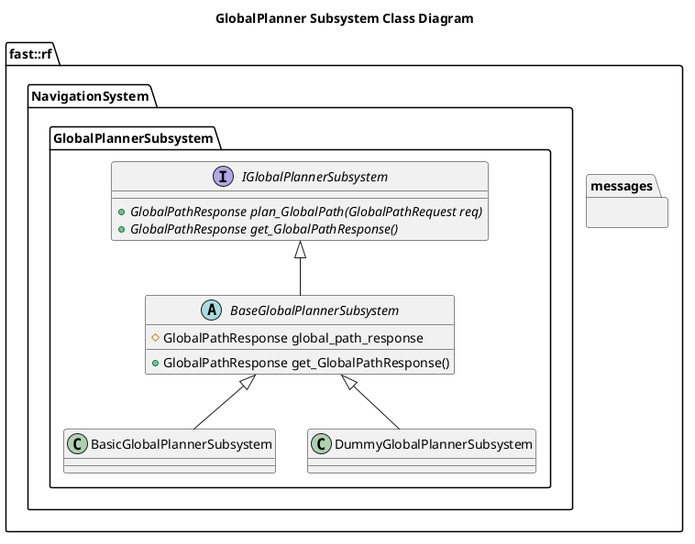
This is Systems/Navigation/Subsystems/GlobalPlanner/doc/puml/GlobalPlannerSubsystemClassDiagram.png from fastrobotics/robot_framework, a PlantUML export, as it was before one commit. Its diagram source:
```plantuml
@startuml
title GlobalPlanner Subsystem Class Diagram
namespace fast::rf {
  namespace messages {

  }
  namespace NavigationSystem {
    namespace GlobalPlannerSubsystem {
      interface IGlobalPlannerSubsystem {
        +{abstract} GlobalPathResponse plan_GlobalPath(GlobalPathRequest req)
        +{abstract} GlobalPathResponse get_GlobalPathResponse()

      }
      abstract BaseGlobalPlannerSubsystem {
        +GlobalPathResponse get_GlobalPathResponse()
        #GlobalPathResponse global_path_response

      }
      BaseGlobalPlannerSubsystem -up-|> IGlobalPlannerSubsystem
      class BasicGlobalPlannerSubsystem {

      }
      BasicGlobalPlannerSubsystem -up-|> BaseGlobalPlannerSubsystem
      class DummyGlobalPlannerSubsystem {

      }
      DummyGlobalPlannerSubsystem -up-|> BaseGlobalPlannerSubsystem
    }
  }
}
@enduml
```
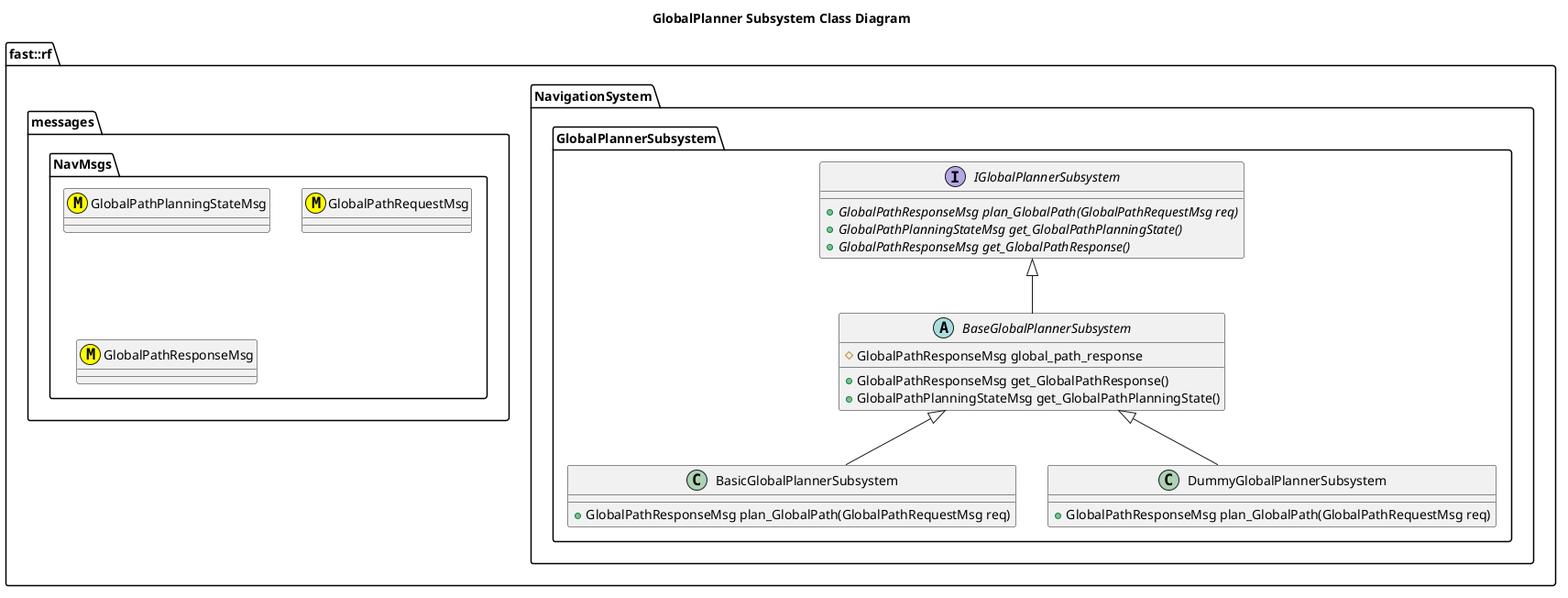
After the commit.

Diff of the diagram source:
```diff
@@ -2,27 +2,33 @@
 title GlobalPlanner Subsystem Class Diagram
 namespace fast::rf {
   namespace messages {
-
+    namespace NavMsgs {
+      class GlobalPathPlanningStateMsg <<(M,#FFFF00)>>
+      class GlobalPathRequestMsg <<(M,#FFFF00)>>
+      class GlobalPathResponseMsg <<(M,#FFFF00)>>
+    }
   }
   namespace NavigationSystem {
     namespace GlobalPlannerSubsystem {
       interface IGlobalPlannerSubsystem {
-        +{abstract} GlobalPathResponse plan_GlobalPath(GlobalPathRequest req)
-        +{abstract} GlobalPathResponse get_GlobalPathResponse()
+        +{abstract} GlobalPathResponseMsg plan_GlobalPath(GlobalPathRequestMsg req)
+        +{abstract} GlobalPathPlanningStateMsg get_GlobalPathPlanningState()
+        +{abstract} GlobalPathResponseMsg get_GlobalPathResponse()
 
       }
       abstract BaseGlobalPlannerSubsystem {
-        +GlobalPathResponse get_GlobalPathResponse()
-        #GlobalPathResponse global_path_response
+        +GlobalPathResponseMsg get_GlobalPathResponse()
+        +GlobalPathPlanningStateMsg get_GlobalPathPlanningState()
+        #GlobalPathResponseMsg global_path_response
 
       }
       BaseGlobalPlannerSubsystem -up-|> IGlobalPlannerSubsystem
       class BasicGlobalPlannerSubsystem {
-
+        +GlobalPathResponseMsg plan_GlobalPath(GlobalPathRequestMsg req)
       }
       BasicGlobalPlannerSubsystem -up-|> BaseGlobalPlannerSubsystem
       class DummyGlobalPlannerSubsystem {
-
+        +GlobalPathResponseMsg plan_GlobalPath(GlobalPathRequestMsg req)
       }
       DummyGlobalPlannerSubsystem -up-|> BaseGlobalPlannerSubsystem
     }
```
